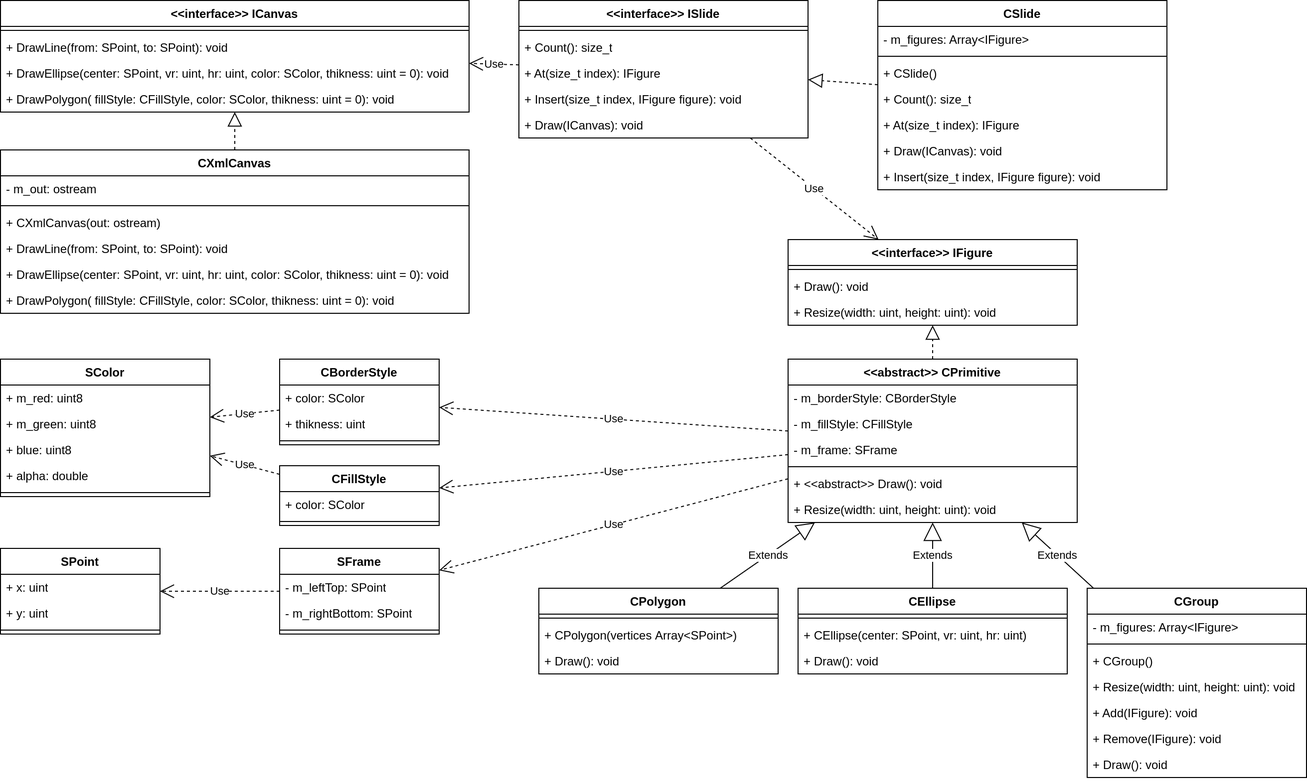
KernelMrex/ood_labs keeps this draw.io diagram as lab07_composite/data/lab07_composite.drawio.png. Above is the earlier version. Source tidied: cells renumbered, new cells last; positions are measured from the earlier drawing's top-left corner, leaving out a move shared by most shapes.
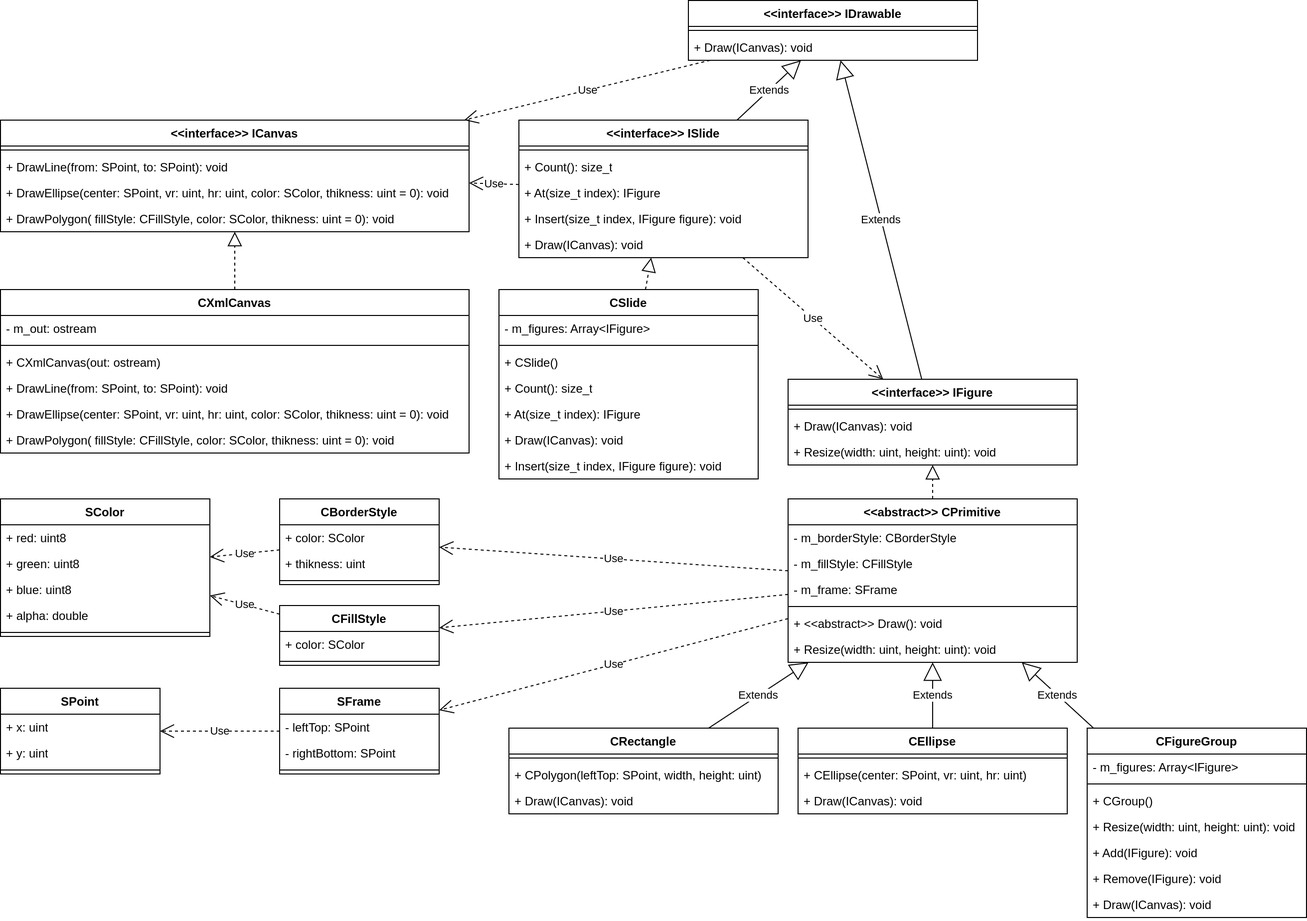
After the commit.

Commit message:
lab07_composite обновил диаграмму архитектуры

What changed in the source:
```diff
@@ -50,10 +50,10 @@
     <mxCell id="17" value="SColor" style="swimlane;fontStyle=1;align=center;verticalAlign=top;horizontal=1;startSize=26;whiteSpace=wrap;html=1;" parent="1" vertex="1">
       <mxGeometry y="360" width="210" height="138" as="geometry" />
     </mxCell>
-    <mxCell id="18" value="+ m_red: uint8" style="text;strokeColor=none;fillColor=none;align=left;verticalAlign=top;spacingLeft=4;spacingRight=4;overflow=hidden;whiteSpace=wrap;html=1;" parent="17" vertex="1">
+    <mxCell id="18" value="+ red: uint8" style="text;strokeColor=none;fillColor=none;align=left;verticalAlign=top;spacingLeft=4;spacingRight=4;overflow=hidden;whiteSpace=wrap;html=1;" parent="17" vertex="1">
       <mxGeometry y="26" width="210" height="26" as="geometry" />
     </mxCell>
-    <mxCell id="19" value="+ m_green: uint8" style="text;strokeColor=none;fillColor=none;align=left;verticalAlign=top;spacingLeft=4;spacingRight=4;overflow=hidden;whiteSpace=wrap;html=1;" parent="17" vertex="1">
+    <mxCell id="19" value="+ green: uint8" style="text;strokeColor=none;fillColor=none;align=left;verticalAlign=top;spacingLeft=4;spacingRight=4;overflow=hidden;whiteSpace=wrap;html=1;" parent="17" vertex="1">
       <mxGeometry y="52" width="210" height="26" as="geometry" />
     </mxCell>
     <mxCell id="20" value="+ blue: uint8" style="text;strokeColor=none;fillColor=none;align=left;verticalAlign=top;spacingLeft=4;spacingRight=4;overflow=hidden;whiteSpace=wrap;html=1;" parent="17" vertex="1">
@@ -77,10 +77,10 @@
     <mxCell id="26" value="SFrame" style="swimlane;fontStyle=1;align=center;verticalAlign=top;horizontal=1;startSize=26;whiteSpace=wrap;html=1;" parent="1" vertex="1">
       <mxGeometry x="280" y="550" width="160" height="86" as="geometry" />
     </mxCell>
-    <mxCell id="27" value="- m_leftTop: SPoint" style="text;strokeColor=none;fillColor=none;align=left;verticalAlign=top;spacingLeft=4;spacingRight=4;overflow=hidden;whiteSpace=wrap;html=1;" parent="26" vertex="1">
+    <mxCell id="27" value="- leftTop: SPoint" style="text;strokeColor=none;fillColor=none;align=left;verticalAlign=top;spacingLeft=4;spacingRight=4;overflow=hidden;whiteSpace=wrap;html=1;" parent="26" vertex="1">
       <mxGeometry y="26" width="160" height="26" as="geometry" />
     </mxCell>
-    <mxCell id="28" value="- m_rightBottom: SPoint" style="text;strokeColor=none;fillColor=none;align=left;verticalAlign=top;spacingLeft=4;spacingRight=4;overflow=hidden;whiteSpace=wrap;html=1;" parent="26" vertex="1">
+    <mxCell id="28" value="- rightBottom: SPoint" style="text;strokeColor=none;fillColor=none;align=left;verticalAlign=top;spacingLeft=4;spacingRight=4;overflow=hidden;whiteSpace=wrap;html=1;" parent="26" vertex="1">
       <mxGeometry y="52" width="160" height="26" as="geometry" />
     </mxCell>
     <mxCell id="29" style="line;strokeWidth=1;fillColor=none;align=left;verticalAlign=middle;spacingTop=-1;spacingLeft=3;spacingRight=3;labelPosition=right;strokeColor=inherit;" parent="26" vertex="1">
@@ -107,7 +107,7 @@
     <mxCell id="36" style="line;strokeWidth=1;fillColor=none;align=left;verticalAlign=middle;spacingTop=-1;spacingLeft=3;spacingRight=3;labelPosition=right;strokeColor=inherit;" parent="35" vertex="1">
       <mxGeometry y="26" width="290" height="8" as="geometry" />
     </mxCell>
-    <mxCell id="37" value="+ Draw(): void" style="text;strokeColor=none;fillColor=none;align=left;verticalAlign=top;spacingLeft=4;spacingRight=4;overflow=hidden;whiteSpace=wrap;html=1;" parent="35" vertex="1">
+    <mxCell id="37" value="+ Draw(ICanvas): void" style="text;strokeColor=none;fillColor=none;align=left;verticalAlign=top;spacingLeft=4;spacingRight=4;overflow=hidden;whiteSpace=wrap;html=1;" parent="35" vertex="1">
       <mxGeometry y="34" width="290" height="26" as="geometry" />
     </mxCell>
     <mxCell id="38" value="+ Resize(width: uint, height: uint): void" style="text;strokeColor=none;fillColor=none;align=left;verticalAlign=top;spacingLeft=4;spacingRight=4;overflow=hidden;whiteSpace=wrap;html=1;" parent="35" vertex="1">
@@ -119,17 +119,17 @@
     <mxCell id="40" value="Use" style="endArrow=open;endSize=12;dashed=1;html=1;rounded=0;" parent="1" edge="1" source="2" target="26">
       <mxGeometry relative="1" as="geometry" />
     </mxCell>
-    <mxCell id="41" value="CPolygon" style="swimlane;fontStyle=1;align=center;verticalAlign=top;horizontal=1;startSize=26;whiteSpace=wrap;html=1;" parent="1" vertex="1">
-      <mxGeometry x="540" y="590" width="240" height="86" as="geometry" />
+    <mxCell id="41" value="CRectangle" style="swimlane;fontStyle=1;align=center;verticalAlign=top;horizontal=1;startSize=26;whiteSpace=wrap;html=1;" parent="1" vertex="1">
+      <mxGeometry x="510" y="590" width="270" height="86" as="geometry" />
     </mxCell>
     <mxCell id="42" style="line;strokeWidth=1;fillColor=none;align=left;verticalAlign=middle;spacingTop=-1;spacingLeft=3;spacingRight=3;labelPosition=right;strokeColor=inherit;" parent="41" vertex="1">
-      <mxGeometry y="26" width="240" height="8" as="geometry" />
+      <mxGeometry y="26" width="270" height="8" as="geometry" />
     </mxCell>
-    <mxCell id="43" value="+ CPolygon(vertices&amp;nbsp;Array&amp;lt;SPoint&amp;gt;)" style="text;strokeColor=none;fillColor=none;align=left;verticalAlign=top;spacingLeft=4;spacingRight=4;overflow=hidden;whiteSpace=wrap;html=1;" parent="41" vertex="1">
-      <mxGeometry y="34" width="240" height="26" as="geometry" />
+    <mxCell id="43" value="+ CPolygon(leftTop: SPoint, width, height: uint)" style="text;strokeColor=none;fillColor=none;align=left;verticalAlign=top;spacingLeft=4;spacingRight=4;overflow=hidden;whiteSpace=wrap;html=1;" parent="41" vertex="1">
+      <mxGeometry y="34" width="270" height="26" as="geometry" />
     </mxCell>
-    <mxCell id="44" value="+ Draw(): void" style="text;strokeColor=none;fillColor=none;align=left;verticalAlign=top;spacingLeft=4;spacingRight=4;overflow=hidden;whiteSpace=wrap;html=1;" parent="41" vertex="1">
-      <mxGeometry y="60" width="240" height="26" as="geometry" />
+    <mxCell id="44" value="+ Draw(ICanvas): void" style="text;strokeColor=none;fillColor=none;align=left;verticalAlign=top;spacingLeft=4;spacingRight=4;overflow=hidden;whiteSpace=wrap;html=1;" parent="41" vertex="1">
+      <mxGeometry y="60" width="270" height="26" as="geometry" />
     </mxCell>
     <mxCell id="45" value="Extends" style="endArrow=block;endSize=16;endFill=0;html=1;rounded=0;" parent="1" edge="1" source="41" target="2">
       <mxGeometry relative="1" as="geometry" />
@@ -143,13 +143,13 @@
     <mxCell id="48" value="+ CEllipse(center: SPoint, vr: uint, hr: uint)" style="text;strokeColor=none;fillColor=none;align=left;verticalAlign=top;spacingLeft=4;spacingRight=4;overflow=hidden;whiteSpace=wrap;html=1;" parent="46" vertex="1">
       <mxGeometry y="34" width="270" height="26" as="geometry" />
     </mxCell>
-    <mxCell id="49" value="+ Draw(): void" style="text;strokeColor=none;fillColor=none;align=left;verticalAlign=top;spacingLeft=4;spacingRight=4;overflow=hidden;whiteSpace=wrap;html=1;" parent="46" vertex="1">
+    <mxCell id="49" value="+ Draw(ICanvas): void" style="text;strokeColor=none;fillColor=none;align=left;verticalAlign=top;spacingLeft=4;spacingRight=4;overflow=hidden;whiteSpace=wrap;html=1;" parent="46" vertex="1">
       <mxGeometry y="60" width="270" height="26" as="geometry" />
     </mxCell>
     <mxCell id="50" value="Extends" style="endArrow=block;endSize=16;endFill=0;html=1;rounded=0;" parent="1" edge="1" source="46" target="2">
       <mxGeometry relative="1" as="geometry" />
     </mxCell>
-    <mxCell id="51" value="CGroup" style="swimlane;fontStyle=1;align=center;verticalAlign=top;horizontal=1;startSize=26;whiteSpace=wrap;html=1;" parent="1" vertex="1">
+    <mxCell id="51" value="CFigureGroup" style="swimlane;fontStyle=1;align=center;verticalAlign=top;horizontal=1;startSize=26;whiteSpace=wrap;html=1;" parent="1" vertex="1">
       <mxGeometry x="1090" y="590" width="220" height="190" as="geometry" />
     </mxCell>
     <mxCell id="52" value="- m_figures: Array&amp;lt;IFigure&amp;gt;" style="text;strokeColor=none;fillColor=none;align=left;verticalAlign=top;spacingLeft=4;spacingRight=4;overflow=hidden;whiteSpace=wrap;html=1;" parent="51" vertex="1">
@@ -170,14 +170,14 @@
     <mxCell id="57" value="+ Remove(IFigure): void" style="text;strokeColor=none;fillColor=none;align=left;verticalAlign=top;spacingLeft=4;spacingRight=4;overflow=hidden;whiteSpace=wrap;html=1;" parent="51" vertex="1">
       <mxGeometry y="138" width="220" height="26" as="geometry" />
     </mxCell>
-    <mxCell id="58" value="+ Draw(): void" style="text;strokeColor=none;fillColor=none;align=left;verticalAlign=top;spacingLeft=4;spacingRight=4;overflow=hidden;whiteSpace=wrap;html=1;" parent="51" vertex="1">
+    <mxCell id="58" value="+ Draw(ICanvas): void" style="text;strokeColor=none;fillColor=none;align=left;verticalAlign=top;spacingLeft=4;spacingRight=4;overflow=hidden;whiteSpace=wrap;html=1;" parent="51" vertex="1">
       <mxGeometry y="164" width="220" height="26" as="geometry" />
     </mxCell>
     <mxCell id="59" value="Extends" style="endArrow=block;endSize=16;endFill=0;html=1;rounded=0;" parent="1" edge="1" source="51" target="2">
       <mxGeometry relative="1" as="geometry" />
     </mxCell>
     <mxCell id="60" value="&amp;lt;&amp;lt;interface&amp;gt;&amp;gt; ICanvas" style="swimlane;fontStyle=1;align=center;verticalAlign=top;horizontal=1;startSize=26;whiteSpace=wrap;html=1;" parent="1" vertex="1">
-      <mxGeometry width="470" height="112" as="geometry" />
+      <mxGeometry y="-20" width="470" height="112" as="geometry" />
     </mxCell>
     <mxCell id="61" style="line;strokeWidth=1;fillColor=none;align=left;verticalAlign=middle;spacingTop=-1;spacingLeft=3;spacingRight=3;labelPosition=right;strokeColor=inherit;" parent="60" vertex="1">
       <mxGeometry y="26" width="470" height="8" as="geometry" />
@@ -213,7 +213,7 @@
       <mxGeometry y="138" width="470" height="26" as="geometry" />
     </mxCell>
     <mxCell id="72" value="&amp;lt;&amp;lt;interface&amp;gt;&amp;gt; ISlide" style="swimlane;fontStyle=1;align=center;verticalAlign=top;horizontal=1;startSize=26;whiteSpace=wrap;html=1;" parent="1" vertex="1">
-      <mxGeometry x="520" width="290" height="138" as="geometry" />
+      <mxGeometry x="520" y="-20" width="290" height="138" as="geometry" />
     </mxCell>
     <mxCell id="73" style="line;strokeWidth=1;fillColor=none;align=left;verticalAlign=middle;spacingTop=-1;spacingLeft=3;spacingRight=3;labelPosition=right;strokeColor=inherit;" parent="72" vertex="1">
       <mxGeometry y="26" width="290" height="8" as="geometry" />
@@ -231,28 +231,28 @@
       <mxGeometry y="112" width="290" height="26" as="geometry" />
     </mxCell>
     <mxCell id="78" value="CSlide" style="swimlane;fontStyle=1;align=center;verticalAlign=top;horizontal=1;startSize=26;whiteSpace=wrap;html=1;" parent="1" vertex="1">
-      <mxGeometry x="880" width="290" height="190" as="geometry" />
+      <mxGeometry x="500" y="150" width="260" height="190" as="geometry" />
     </mxCell>
     <mxCell id="79" value="- m_figures: Array&amp;lt;IFigure&amp;gt;" style="text;strokeColor=none;fillColor=none;align=left;verticalAlign=top;spacingLeft=4;spacingRight=4;overflow=hidden;whiteSpace=wrap;html=1;" parent="78" vertex="1">
-      <mxGeometry y="26" width="290" height="26" as="geometry" />
+      <mxGeometry y="26" width="260" height="26" as="geometry" />
     </mxCell>
     <mxCell id="80" style="line;strokeWidth=1;fillColor=none;align=left;verticalAlign=middle;spacingTop=-1;spacingLeft=3;spacingRight=3;labelPosition=right;strokeColor=inherit;" parent="78" vertex="1">
-      <mxGeometry y="52" width="290" height="8" as="geometry" />
+      <mxGeometry y="52" width="260" height="8" as="geometry" />
     </mxCell>
     <mxCell id="81" value="+ CSlide()" style="text;strokeColor=none;fillColor=none;align=left;verticalAlign=top;spacingLeft=4;spacingRight=4;overflow=hidden;whiteSpace=wrap;html=1;" parent="78" vertex="1">
-      <mxGeometry y="60" width="290" height="26" as="geometry" />
+      <mxGeometry y="60" width="260" height="26" as="geometry" />
     </mxCell>
     <mxCell id="82" value="+ Count(): size_t" style="text;strokeColor=none;fillColor=none;align=left;verticalAlign=top;spacingLeft=4;spacingRight=4;overflow=hidden;whiteSpace=wrap;html=1;" parent="78" vertex="1">
-      <mxGeometry y="86" width="290" height="26" as="geometry" />
+      <mxGeometry y="86" width="260" height="26" as="geometry" />
     </mxCell>
     <mxCell id="83" value="+ At(size_t index): IFigure" style="text;strokeColor=none;fillColor=none;align=left;verticalAlign=top;spacingLeft=4;spacingRight=4;overflow=hidden;whiteSpace=wrap;html=1;" parent="78" vertex="1">
-      <mxGeometry y="112" width="290" height="26" as="geometry" />
+      <mxGeometry y="112" width="260" height="26" as="geometry" />
     </mxCell>
     <mxCell id="84" value="+ Draw(ICanvas): void" style="text;strokeColor=none;fillColor=none;align=left;verticalAlign=top;spacingLeft=4;spacingRight=4;overflow=hidden;whiteSpace=wrap;html=1;" parent="78" vertex="1">
-      <mxGeometry y="138" width="290" height="26" as="geometry" />
+      <mxGeometry y="138" width="260" height="26" as="geometry" />
     </mxCell>
     <mxCell id="85" value="+ Insert(size_t index, IFigure figure): void" style="text;strokeColor=none;fillColor=none;align=left;verticalAlign=top;spacingLeft=4;spacingRight=4;overflow=hidden;whiteSpace=wrap;html=1;" parent="78" vertex="1">
-      <mxGeometry y="164" width="290" height="26" as="geometry" />
+      <mxGeometry y="164" width="260" height="26" as="geometry" />
     </mxCell>
     <mxCell id="86" style="endArrow=block;dashed=1;endFill=0;endSize=12;html=1;rounded=0;" parent="1" edge="1" source="78" target="72">
       <mxGeometry relative="1" as="geometry" />
@@ -266,5 +266,23 @@
     <mxCell id="89" value="Use" style="endArrow=open;endSize=12;dashed=1;html=1;rounded=0;" parent="1" edge="1" source="72" target="35">
       <mxGeometry relative="1" as="geometry" />
     </mxCell>
+    <mxCell id="90" value="&amp;lt;&amp;lt;interface&amp;gt;&amp;gt;&amp;nbsp;IDrawable" style="swimlane;fontStyle=1;align=center;verticalAlign=top;horizontal=1;startSize=26;whiteSpace=wrap;html=1;" parent="1" vertex="1">
+      <mxGeometry x="690" y="-140" width="290" height="60" as="geometry" />
+    </mxCell>
+    <mxCell id="91" style="line;strokeWidth=1;fillColor=none;align=left;verticalAlign=middle;spacingTop=-1;spacingLeft=3;spacingRight=3;labelPosition=right;strokeColor=inherit;" parent="90" vertex="1">
+      <mxGeometry y="26" width="290" height="8" as="geometry" />
+    </mxCell>
+    <mxCell id="92" value="+ Draw(ICanvas): void" style="text;strokeColor=none;fillColor=none;align=left;verticalAlign=top;spacingLeft=4;spacingRight=4;overflow=hidden;whiteSpace=wrap;html=1;" parent="90" vertex="1">
+      <mxGeometry y="34" width="290" height="26" as="geometry" />
+    </mxCell>
+    <mxCell id="93" value="Extends" style="endArrow=block;endSize=16;endFill=0;html=1;rounded=0;" parent="1" edge="1" source="72" target="90">
+      <mxGeometry relative="1" as="geometry" />
+    </mxCell>
+    <mxCell id="94" value="Extends" style="endArrow=block;endSize=16;endFill=0;html=1;rounded=0;" parent="1" edge="1" source="35" target="90">
+      <mxGeometry relative="1" as="geometry" />
+    </mxCell>
+    <mxCell id="95" value="Use" style="endArrow=open;endSize=12;dashed=1;html=1;rounded=0;" parent="1" edge="1" source="90" target="60">
+      <mxGeometry relative="1" as="geometry" />
+    </mxCell>
   </root>
 </mxGraphModel>
```
